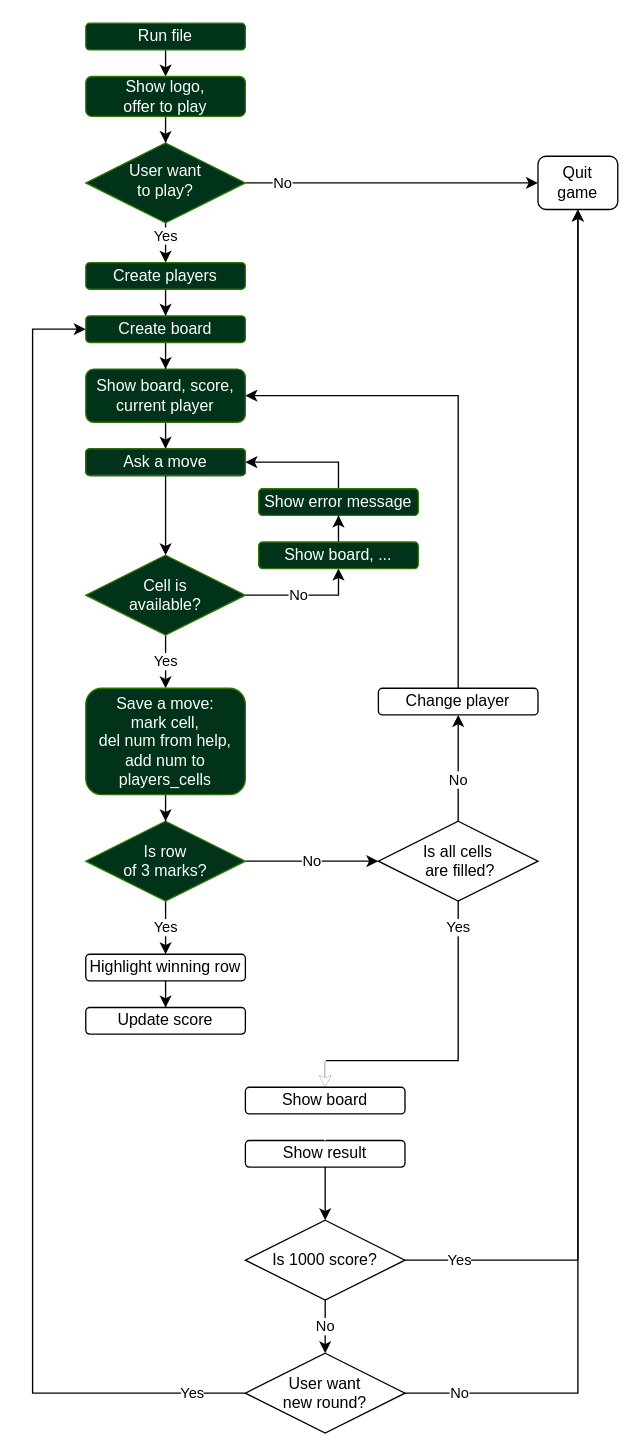
The draw.io diagram flowchart.drawio in k-yakovlev/tic-tac-toe, before the edit. Source tidied: cells renumbered, new cells numbered last; positions are measured from the earlier drawing's top-left corner, leaving out a move shared by most shapes. Both pictures are drawn from the tidied source at 133%, with x=0, y=0 at pixel (32, 23).
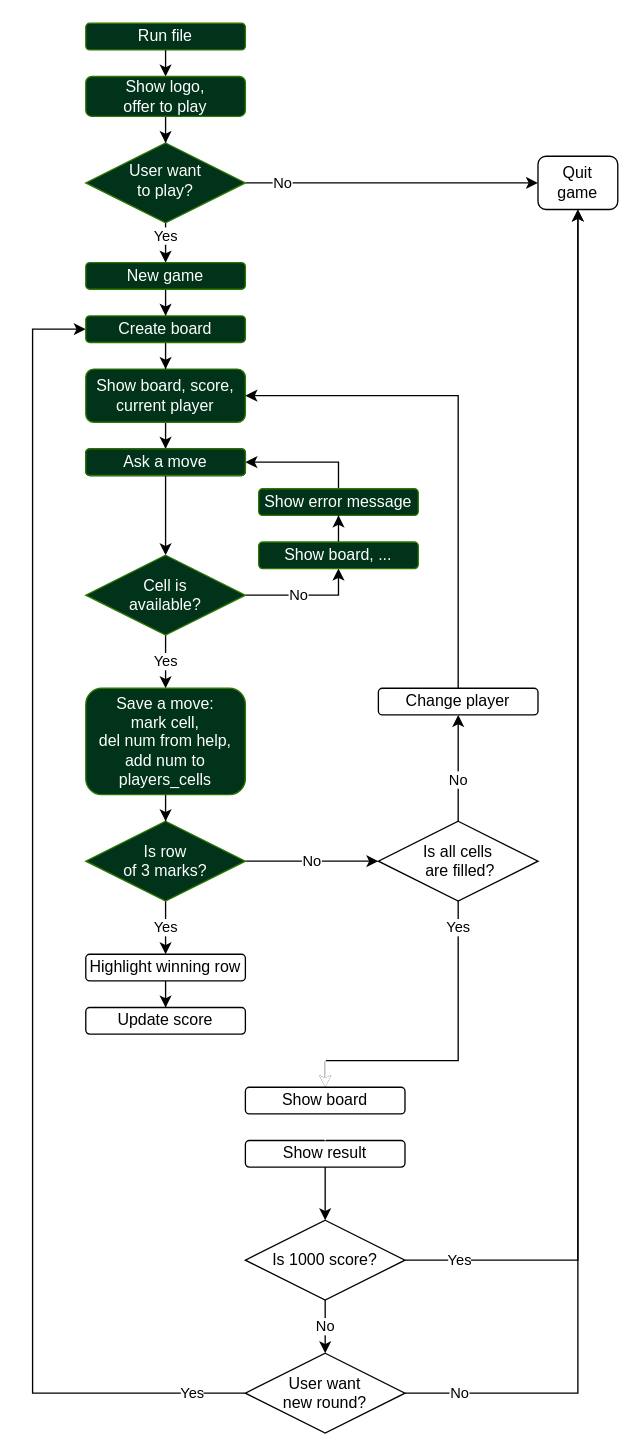
The same page after the edit.

Change to the diagram source:
```diff
@@
-    <mxCell id="13" value="Create players" style="rounded=1;whiteSpace=wrap;html=1;strokeColor=#2D7600;fontColor=#ffffff;fillColor=#00331A;" parent="1" vertex="1">
+    <mxCell id="13" value="New game" style="rounded=1;whiteSpace=wrap;html=1;strokeColor=#2D7600;fontColor=#ffffff;fillColor=#00331A;" parent="1" vertex="1">
       <mxGeometry x="40" y="180" width="120" height="20" as="geometry" />
     </mxCell>
```
